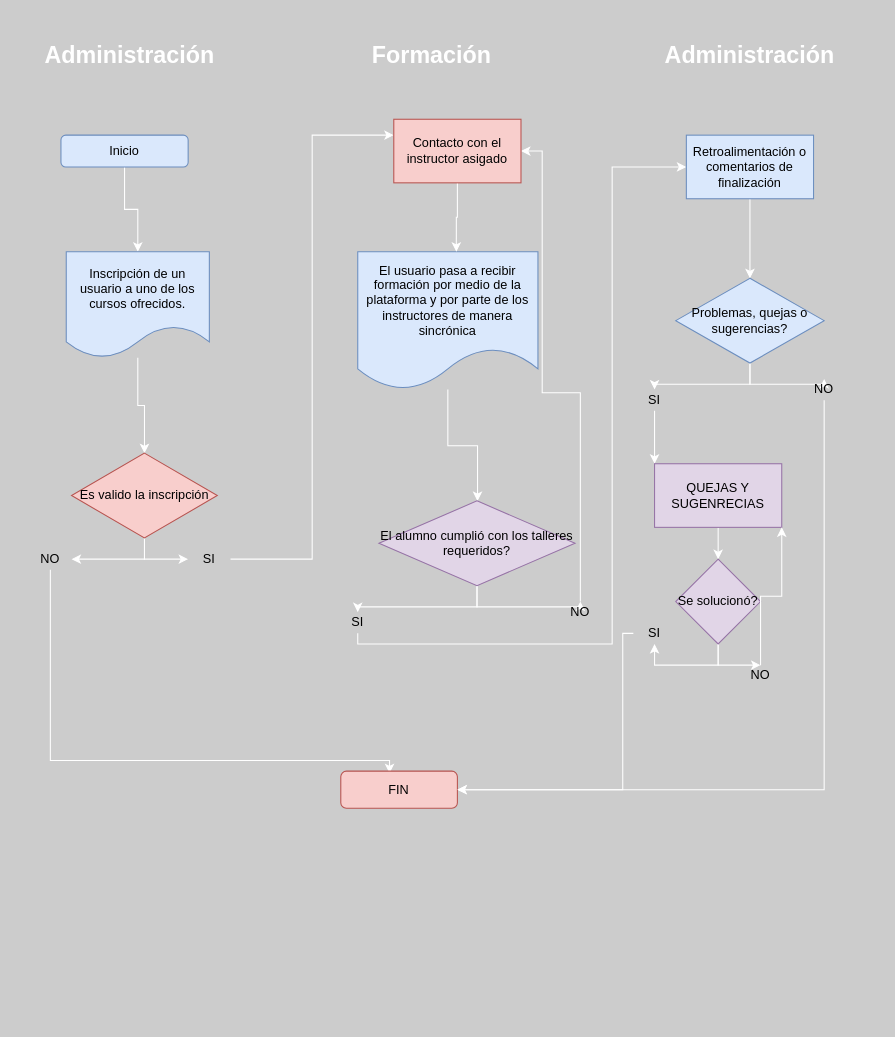
The draw.io diagram Untitled Diagram.drawio in Andr3yg/ADSI_andreyg, before the edit. Source tidied: cells renumbered, new cells numbered last; positions are measured from the earlier drawing's top-left corner, leaving out a move shared by most shapes. Both pictures are drawn from the tidied source at 106%, with x=0, y=0 at pixel (18, 18).
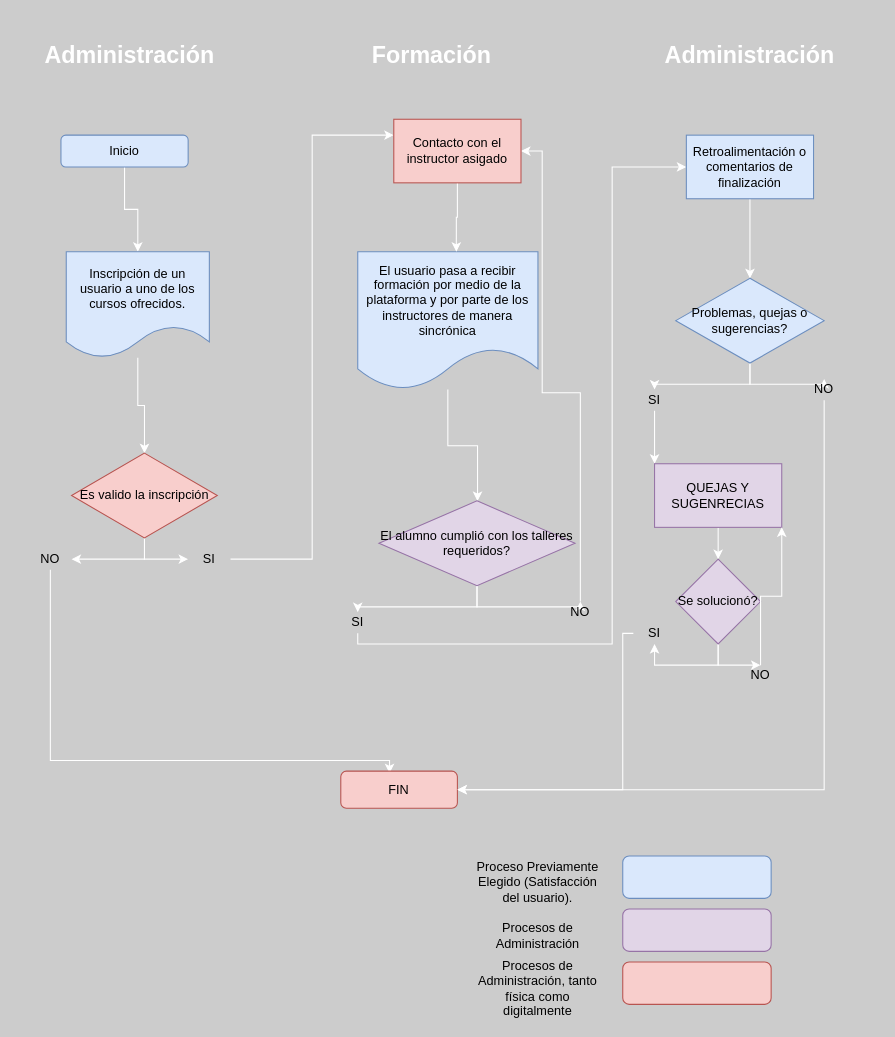
After the change.

Diff of the diagram source:
```diff
@@
+    <mxCell id="46" style="rounded=1;whiteSpace=wrap;html=1;fillColor=#dae8fc;strokeColor=#6c8ebf;" parent="1" vertex="1">
+      <mxGeometry x="570" y="790" width="140" height="40" as="geometry" />
+    </mxCell>
+    <mxCell id="47" style="rounded=1;whiteSpace=wrap;html=1;fillColor=#e1d5e7;strokeColor=#9673a6;" parent="1" vertex="1">
+      <mxGeometry x="570" y="840" width="140" height="40" as="geometry" />
+    </mxCell>
+    <mxCell id="48" style="rounded=1;whiteSpace=wrap;html=1;fillColor=#f8cecc;strokeColor=#b85450;" parent="1" vertex="1">
+      <mxGeometry x="570" y="890" width="140" height="40" as="geometry" />
+    </mxCell>
+    <mxCell id="49" value="Proceso Previamente Elegido (Satisfacción del usuario)." style="text;html=1;strokeColor=none;fillColor=none;align=center;verticalAlign=middle;whiteSpace=wrap;rounded=0;" parent="1" vertex="1">
+      <mxGeometry x="430" y="790" width="120" height="50" as="geometry" />
+    </mxCell>
+    <mxCell id="50" value="Procesos de Administración" style="text;html=1;strokeColor=none;fillColor=none;align=center;verticalAlign=middle;whiteSpace=wrap;rounded=0;" parent="1" vertex="1">
+      <mxGeometry x="430" y="840" width="120" height="50" as="geometry" />
+    </mxCell>
+    <mxCell id="51" value="Procesos de Administración, tanto física como digitalmente" style="text;html=1;strokeColor=none;fillColor=none;align=center;verticalAlign=middle;whiteSpace=wrap;rounded=0;" parent="1" vertex="1">
+      <mxGeometry x="430" y="890" width="120" height="50" as="geometry" />
+    </mxCell>
```
